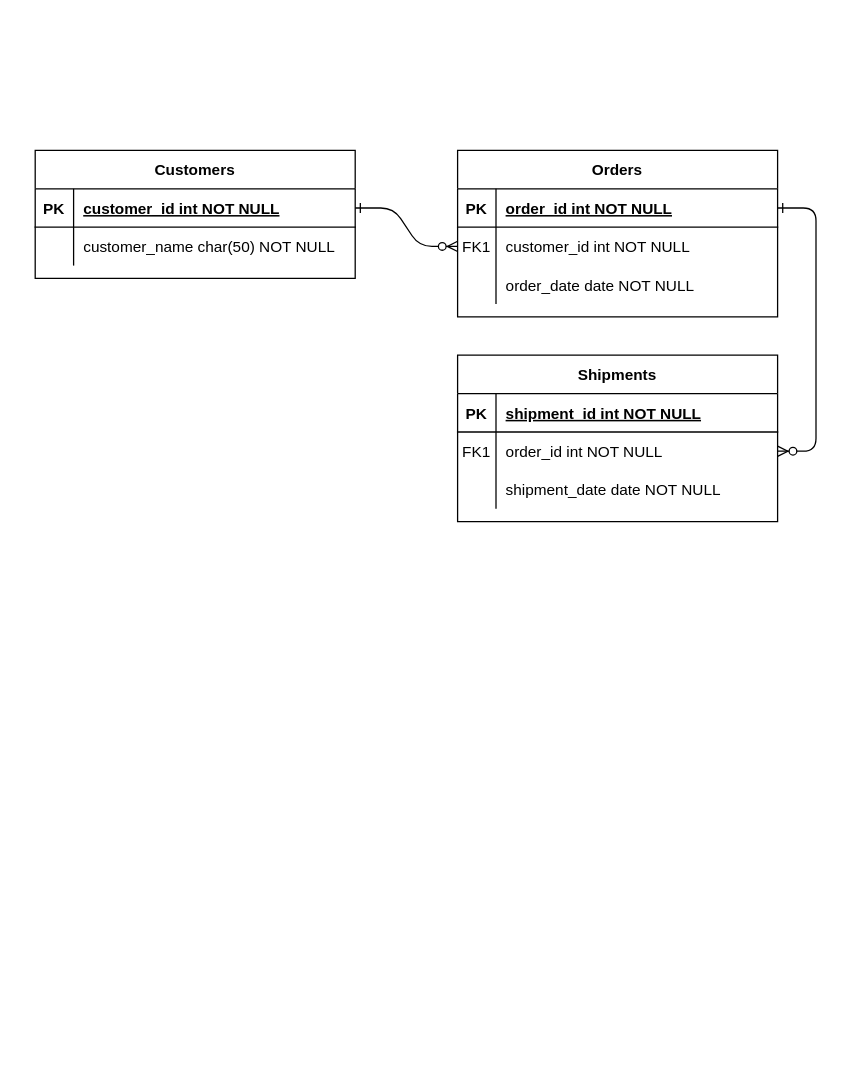
zzzyz7/drawio-storage keeps this draw.io diagram as Untitled Diagram.drawio. Above is the earlier version. Source tidied: cells renumbered, new cells numbered last; positions are measured from the earlier drawing's top-left corner, leaving out a move shared by most shapes. Both pictures are drawn from the tidied source at 128%, with x=0, y=0 at pixel (35, 150).
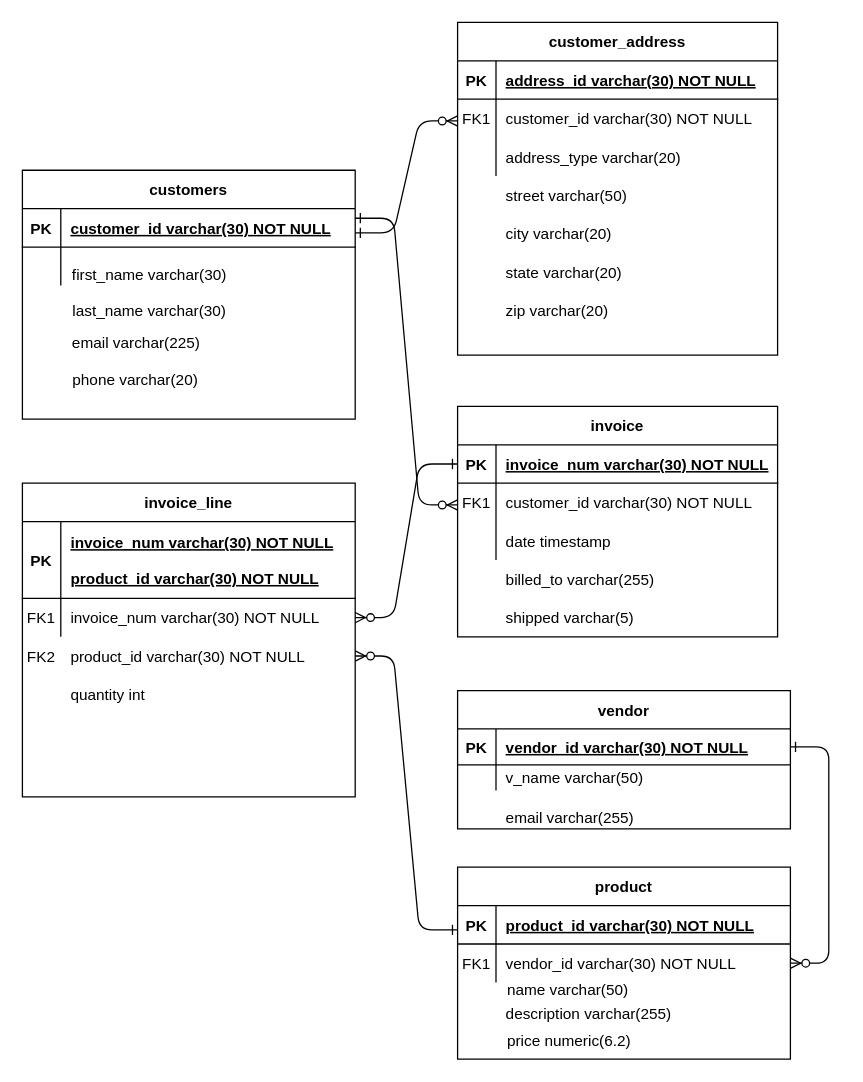
Above is the later version.

Unchanged cells that the change refers to:
```xml
<mxCell id="5" style="shape=partialRectangle;fillColor=none;points=[[0,0.5],[1,0.5]];portConstraint=eastwest;top=0;left=0;right=0;bottom=1;" parent="4" vertex="1">
  <mxGeometry y="30" width="250" height="30" as="geometry" />
</mxCell>
<mxCell id="8" style="shape=partialRectangle;fillColor=none;points=[[0,0.5],[1,0.5]];portConstraint=eastwest;top=0;left=0;right=0;bottom=0;" parent="4" vertex="1">
  <mxGeometry y="60" width="250" height="30" as="geometry" />
</mxCell>
<mxCell id="11" style="shape=partialRectangle;fillColor=none;top=0;left=0;right=0;bottom=0;" parent="4" vertex="1">
  <mxGeometry y="90" width="250" height="30" as="geometry" />
</mxCell>
<mxCell id="15" style="shape=partialRectangle;fillColor=none;points=[[0,0.5],[1,0.5]];portConstraint=eastwest;top=0;left=0;right=0;bottom=1;" parent="14" vertex="1">
  <mxGeometry y="30" width="250" height="30" as="geometry" />
</mxCell>
<mxCell id="18" style="shape=partialRectangle;fillColor=none;points=[[0,0.5],[1,0.5]];portConstraint=eastwest;top=0;left=0;right=0;bottom=0;" parent="14" vertex="1">
  <mxGeometry y="60" width="250" height="30" as="geometry" />
</mxCell>
<mxCell id="21" style="shape=partialRectangle;fillColor=none;top=0;left=0;right=0;bottom=0;" parent="14" vertex="1">
  <mxGeometry y="90" width="250" height="30" as="geometry" />
</mxCell>
```

The edit, as a diff of the source:
```diff
@@
-    <mxCell id="2" style="edgeStyle=entityRelationEdgeStyle;endArrow=ERzeroToMany;startArrow=ERone;endFill=1;startFill=0;" parent="1" edge="1" source="25" target="8">
-      <mxGeometry relative="1" as="geometry" />
+    <mxCell id="2" style="edgeStyle=entityRelationEdgeStyle;endArrow=ERzeroToMany;startArrow=ERone;endFill=1;startFill=0;" parent="1" edge="1">
+      <mxGeometry relative="1" as="geometry">
+        <mxPoint x="250" y="64.5" as="sourcePoint" />
+        <mxPoint x="330" y="-23" as="targetPoint" />
+      </mxGeometry>
     </mxCell>
-    <mxCell id="3" style="edgeStyle=entityRelationEdgeStyle;endArrow=ERzeroToMany;startArrow=ERone;endFill=1;startFill=0;" parent="1" edge="1" source="5" target="18">
-      <mxGeometry relative="1" as="geometry" />
+    <mxCell id="3" style="edgeStyle=entityRelationEdgeStyle;endArrow=ERzeroToMany;startArrow=ERone;endFill=1;startFill=0;" parent="1" edge="1">
+      <mxGeometry relative="1" as="geometry">
+        <mxPoint x="250" y="53" as="sourcePoint" />
+        <mxPoint x="330" y="277" as="targetPoint" />
+      </mxGeometry>
     </mxCell>
-    <mxCell id="4" value="Orders" style="shape=table;startSize=30;childLayout=tableLayout;rowLines=0;fontStyle=1;align=center;" parent="1" vertex="1">
-      <mxGeometry x="330" width="250" height="130" as="geometry" />
+    <mxCell id="4" value="customer_address" style="shape=table;startSize=30;childLayout=tableLayout;rowLines=0;fontStyle=1;align=center;" parent="1" vertex="1">
+      <mxGeometry x="330" y="-100" width="250" height="260" as="geometry" />
     </mxCell>
@@
-    <mxCell id="7" value="order_id int NOT NULL " style="shape=partialRectangle;overflow=hidden;fillColor=none;top=0;left=0;bottom=0;right=0;align=left;spacingLeft=6;fontStyle=5;" parent="5" vertex="1">
+    <mxCell id="7" value="address_id varchar(30) NOT NULL " style="shape=partialRectangle;overflow=hidden;fillColor=none;top=0;left=0;bottom=0;right=0;align=left;spacingLeft=6;fontStyle=5;" parent="5" vertex="1">
       <mxGeometry x="30" width="220" height="30" as="geometry" />
     </mxCell>
@@
-    <mxCell id="10" value="customer_id int NOT NULL" style="shape=partialRectangle;overflow=hidden;fillColor=none;top=0;left=0;bottom=0;right=0;align=left;spacingLeft=6;" parent="8" vertex="1">
+    <mxCell id="10" value="customer_id varchar(30) NOT NULL" style="shape=partialRectangle;overflow=hidden;fillColor=none;top=0;left=0;bottom=0;right=0;align=left;spacingLeft=6;" parent="8" vertex="1">
       <mxGeometry x="30" width="220" height="30" as="geometry" />
     </mxCell>
@@
-    <mxCell id="13" value="order_date date NOT NULL" style="shape=partialRectangle;overflow=hidden;fillColor=none;top=0;left=0;bottom=0;right=0;align=left;spacingLeft=6;" parent="11" vertex="1">
+    <mxCell id="13" value="address_type varchar(20) " style="shape=partialRectangle;overflow=hidden;fillColor=none;top=0;left=0;bottom=0;right=0;align=left;spacingLeft=6;" parent="11" vertex="1">
       <mxGeometry x="30" width="220" height="30" as="geometry" />
     </mxCell>
-    <mxCell id="14" value="Shipments" style="shape=table;startSize=30;childLayout=tableLayout;rowLines=0;fontStyle=1;align=center;" parent="1" vertex="1">
-      <mxGeometry x="330" y="160" width="250" height="130" as="geometry" />
+    <mxCell id="14" value="invoice" style="shape=table;startSize=30;childLayout=tableLayout;rowLines=0;fontStyle=1;align=center;" parent="1" vertex="1">
+      <mxGeometry x="330" y="200" width="250" height="180" as="geometry" />
     </mxCell>
@@
-    <mxCell id="17" value="shipment_id int NOT NULL " style="shape=partialRectangle;overflow=hidden;fillColor=none;top=0;left=0;bottom=0;right=0;align=left;spacingLeft=6;fontStyle=5;" parent="15" vertex="1">
+    <mxCell id="17" value="invoice_num varchar(30) NOT NULL " style="shape=partialRectangle;overflow=hidden;fillColor=none;top=0;left=0;bottom=0;right=0;align=left;spacingLeft=6;fontStyle=5;" parent="15" vertex="1">
       <mxGeometry x="30" width="220" height="30" as="geometry" />
     </mxCell>
@@
-    <mxCell id="20" value="order_id int NOT NULL" style="shape=partialRectangle;overflow=hidden;fillColor=none;top=0;left=0;bottom=0;right=0;align=left;spacingLeft=6;" parent="18" vertex="1">
+    <mxCell id="20" value="customer_id varchar(30) NOT NULL" style="shape=partialRectangle;overflow=hidden;fillColor=none;top=0;left=0;bottom=0;right=0;align=left;spacingLeft=6;" parent="18" vertex="1">
       <mxGeometry x="30" width="220" height="30" as="geometry" />
     </mxCell>
@@
-    <mxCell id="23" value="shipment_date date NOT NULL" style="shape=partialRectangle;overflow=hidden;fillColor=none;top=0;left=0;bottom=0;right=0;align=left;spacingLeft=6;" parent="21" vertex="1">
+    <mxCell id="23" value="date timestamp" style="shape=partialRectangle;overflow=hidden;fillColor=none;top=0;left=0;bottom=0;right=0;align=left;spacingLeft=6;" parent="21" vertex="1">
       <mxGeometry x="30" width="220" height="30" as="geometry" />
     </mxCell>
-    <mxCell id="24" value="Customers" style="shape=table;startSize=30;childLayout=tableLayout;rowLines=0;fontStyle=1;align=center;" parent="1" vertex="1">
-      <mxGeometry width="250" height="100" as="geometry" />
+    <mxCell id="24" value="customers" style="shape=table;startSize=30;childLayout=tableLayout;rowLines=0;fontStyle=1;align=center;" parent="1" vertex="1">
+      <mxGeometry x="-10" y="15.5" width="260" height="194.5" as="geometry" />
     </mxCell>
     <mxCell id="25" style="shape=partialRectangle;fillColor=none;points=[[0,0.5],[1,0.5]];portConstraint=eastwest;top=0;left=0;right=0;bottom=1;" parent="24" vertex="1">
-      <mxGeometry y="30" width="250" height="30" as="geometry" />
+      <mxGeometry y="30" width="260" height="30" as="geometry" />
     </mxCell>
@@
-    <mxCell id="27" value="customer_id int NOT NULL " style="shape=partialRectangle;overflow=hidden;fillColor=none;top=0;left=0;bottom=0;right=0;align=left;spacingLeft=6;fontStyle=5;" parent="25" vertex="1">
-      <mxGeometry x="30" width="220" height="30" as="geometry" />
+    <mxCell id="27" value="customer_id varchar(30) NOT NULL " style="shape=partialRectangle;overflow=hidden;fillColor=none;top=0;left=0;bottom=0;right=0;align=left;spacingLeft=6;fontStyle=5;" parent="25" vertex="1">
+      <mxGeometry x="30" width="230" height="30" as="geometry" />
     </mxCell>
     <mxCell id="28" style="shape=partialRectangle;fillColor=none;top=0;left=0;right=0;bottom=0;" parent="24" vertex="1">
-      <mxGeometry y="60" width="250" height="30" as="geometry" />
+      <mxGeometry y="60" width="260" height="30" as="geometry" />
     </mxCell>
@@
-    <mxCell id="30" value="customer_name char(50) NOT NULL" style="shape=partialRectangle;overflow=hidden;fillColor=none;top=0;left=0;bottom=0;right=0;align=left;spacingLeft=6;" parent="28" vertex="1">
-      <mxGeometry x="30" width="220" height="30" as="geometry" />
+    <mxCell id="30" style="shape=partialRectangle;overflow=hidden;fillColor=none;top=0;left=0;bottom=0;right=0;align=left;spacingLeft=6;" parent="28" vertex="1">
+      <mxGeometry x="30" width="230" height="30" as="geometry" />
     </mxCell>
+    <mxCell id="31" value="&amp;nbsp; &amp;nbsp;first_name varchar(30)" style="text;html=1;align=center;verticalAlign=middle;strokeColor=none;fillColor=none;" parent="1" vertex="1">
+      <mxGeometry x="9" y="87.5" width="150" height="20" as="geometry" />
+    </mxCell>
+    <mxCell id="32" value="last_name varchar(30)" style="text;html=1;align=center;verticalAlign=middle;strokeColor=none;fillColor=none;" parent="1" vertex="1">
+      <mxGeometry x="19" y="116" width="140" height="20" as="geometry" />
+    </mxCell>
+    <mxCell id="33" value="&amp;nbsp;email varchar(225)" style="text;html=1;align=center;verticalAlign=middle;strokeColor=none;fillColor=none;" parent="1" vertex="1">
+      <mxGeometry x="17" y="141" width="120" height="20" as="geometry" />
+    </mxCell>
+    <mxCell id="34" value="&amp;nbsp; &amp;nbsp;phone varchar(20)" style="text;html=1;align=center;verticalAlign=middle;strokeColor=none;fillColor=none;" parent="1" vertex="1">
+      <mxGeometry x="13" y="170" width="120" height="20" as="geometry" />
+    </mxCell>
+    <mxCell id="35" value="street varchar(50)" style="shape=partialRectangle;overflow=hidden;fillColor=none;top=0;left=0;bottom=0;right=0;align=left;spacingLeft=6;" parent="1" vertex="1">
+      <mxGeometry x="360" y="20" width="220" height="30" as="geometry" />
+    </mxCell>
+    <mxCell id="36" value="city varchar(20)" style="shape=partialRectangle;overflow=hidden;fillColor=none;top=0;left=0;bottom=0;right=0;align=left;spacingLeft=6;" parent="1" vertex="1">
+      <mxGeometry x="360" y="50" width="220" height="30" as="geometry" />
+    </mxCell>
+    <mxCell id="37" value="state varchar(20)" style="shape=partialRectangle;overflow=hidden;fillColor=none;top=0;left=0;bottom=0;right=0;align=left;spacingLeft=6;" parent="1" vertex="1">
+      <mxGeometry x="360" y="80" width="220" height="30" as="geometry" />
+    </mxCell>
+    <mxCell id="38" value="zip varchar(20)" style="shape=partialRectangle;overflow=hidden;fillColor=none;top=0;left=0;bottom=0;right=0;align=left;spacingLeft=6;" parent="1" vertex="1">
+      <mxGeometry x="360" y="110" width="220" height="30" as="geometry" />
+    </mxCell>
+    <mxCell id="39" style="shape=partialRectangle;overflow=hidden;fillColor=none;top=0;left=0;bottom=0;right=0;align=left;spacingLeft=6;" parent="1" vertex="1">
+      <mxGeometry x="360" y="140" width="220" height="30" as="geometry" />
+    </mxCell>
+    <mxCell id="40" value="invoice_line" style="shape=table;startSize=30;childLayout=tableLayout;rowLines=0;fontStyle=1;align=center;" parent="1" vertex="1">
+      <mxGeometry x="-10" y="260" width="260" height="245" as="geometry" />
+    </mxCell>
+    <mxCell id="41" style="shape=partialRectangle;fillColor=none;top=0;left=0;right=0;bottom=1;" parent="40" vertex="1">
+      <mxGeometry y="30" width="260" height="60" as="geometry" />
+    </mxCell>
+    <mxCell id="42" value="PK" style="shape=partialRectangle;overflow=hidden;fillColor=none;top=0;left=0;bottom=0;right=0;fontStyle=1;" parent="41" vertex="1">
+      <mxGeometry width="30" height="60" as="geometry" />
+    </mxCell>
+    <mxCell id="43" value="invoice_num varchar(30) NOT NULL&#10;&#10;product_id varchar(30) NOT NULL" style="shape=partialRectangle;overflow=hidden;fillColor=none;top=0;left=0;bottom=0;right=0;align=left;spacingLeft=6;fontStyle=5;" parent="41" vertex="1">
+      <mxGeometry x="30" width="230" height="60" as="geometry" />
+    </mxCell>
+    <mxCell id="44" style="shape=partialRectangle;fillColor=none;points=[[0,0.5],[1,0.5]];portConstraint=eastwest;top=0;left=0;right=0;bottom=0;" parent="40" vertex="1">
+      <mxGeometry y="90" width="260" height="30" as="geometry" />
+    </mxCell>
+    <mxCell id="45" style="shape=partialRectangle;overflow=hidden;fillColor=none;top=0;left=0;bottom=0;right=0;" parent="44" vertex="1">
+      <mxGeometry width="30" height="30" as="geometry" />
+    </mxCell>
+    <mxCell id="46" value="invoice_num varchar(30) NOT NULL" style="shape=partialRectangle;overflow=hidden;fillColor=none;top=0;left=0;bottom=0;right=0;align=left;spacingLeft=6;" parent="44" vertex="1">
+      <mxGeometry x="30" width="230" height="30" as="geometry" />
+    </mxCell>
+    <mxCell id="47" value="FK1" style="shape=partialRectangle;overflow=hidden;fillColor=none;top=0;left=0;bottom=0;right=0;" parent="1" vertex="1">
+      <mxGeometry x="-10" y="350" width="30" height="30" as="geometry" />
+    </mxCell>
+    <mxCell id="48" value="FK2" style="shape=partialRectangle;overflow=hidden;fillColor=none;top=0;left=0;bottom=0;right=0;" parent="1" vertex="1">
+      <mxGeometry x="-10" y="380" width="30" height="30" as="geometry" />
+    </mxCell>
+    <mxCell id="49" value="product_id varchar(30) NOT NULL" style="shape=partialRectangle;overflow=hidden;fillColor=none;top=0;left=0;bottom=0;right=0;align=left;spacingLeft=6;" parent="1" vertex="1">
+      <mxGeometry x="20" y="380" width="230" height="30" as="geometry" />
+    </mxCell>
+    <mxCell id="50" value="quantity int" style="shape=partialRectangle;overflow=hidden;fillColor=none;top=0;left=0;bottom=0;right=0;align=left;spacingLeft=6;" parent="1" vertex="1">
+      <mxGeometry x="20" y="410" width="230" height="30" as="geometry" />
+    </mxCell>
+    <mxCell id="51" value="product" style="shape=table;startSize=30;childLayout=tableLayout;rowLines=0;fontStyle=1;align=center;" parent="1" vertex="1">
+      <mxGeometry x="330" y="560" width="260" height="150" as="geometry" />
+    </mxCell>
+    <mxCell id="52" style="shape=partialRectangle;fillColor=none;top=0;left=0;right=0;bottom=1;" parent="51" vertex="1">
+      <mxGeometry y="30" width="260" height="30" as="geometry" />
+    </mxCell>
+    <mxCell id="53" value="PK" style="shape=partialRectangle;overflow=hidden;fillColor=none;top=0;left=0;bottom=0;right=0;fontStyle=1;" parent="52" vertex="1">
+      <mxGeometry width="30" height="30" as="geometry" />
+    </mxCell>
+    <mxCell id="54" value="product_id varchar(30) NOT NULL" style="shape=partialRectangle;overflow=hidden;fillColor=none;top=0;left=0;bottom=0;right=0;align=left;spacingLeft=6;fontStyle=5;" parent="52" vertex="1">
+      <mxGeometry x="30" width="230" height="30" as="geometry" />
+    </mxCell>
+    <mxCell id="55" style="shape=partialRectangle;fillColor=none;points=[[0,0.5],[1,0.5]];portConstraint=eastwest;top=0;left=0;right=0;bottom=0;" parent="51" vertex="1">
+      <mxGeometry y="60" width="260" height="30" as="geometry" />
+    </mxCell>
+    <mxCell id="56" style="shape=partialRectangle;overflow=hidden;fillColor=none;top=0;left=0;bottom=0;right=0;" parent="55" vertex="1">
+      <mxGeometry width="30" height="30" as="geometry" />
+    </mxCell>
+    <mxCell id="57" value="vendor_id varchar(30) NOT NULL" style="shape=partialRectangle;overflow=hidden;fillColor=none;top=0;left=0;bottom=0;right=0;align=left;spacingLeft=6;" parent="55" vertex="1">
+      <mxGeometry x="30" width="230" height="30" as="geometry" />
+    </mxCell>
+    <mxCell id="58" value="vendor" style="shape=table;startSize=30;childLayout=tableLayout;rowLines=0;fontStyle=1;align=center;" parent="1" vertex="1">
+      <mxGeometry x="330" y="422" width="260" height="108" as="geometry" />
+    </mxCell>
+    <mxCell id="59" style="shape=partialRectangle;fillColor=none;points=[[0,0.5],[1,0.5]];portConstraint=eastwest;top=0;left=0;right=0;bottom=1;" parent="58" vertex="1">
+      <mxGeometry y="30" width="260" height="28" as="geometry" />
+    </mxCell>
+    <mxCell id="60" value="PK" style="shape=partialRectangle;overflow=hidden;fillColor=none;top=0;left=0;bottom=0;right=0;fontStyle=1;" parent="59" vertex="1">
+      <mxGeometry width="30" height="28" as="geometry" />
+    </mxCell>
+    <mxCell id="61" value="vendor_id varchar(30) NOT NULL" style="shape=partialRectangle;overflow=hidden;fillColor=none;top=0;left=0;bottom=0;right=0;align=left;spacingLeft=6;fontStyle=5;" parent="59" vertex="1">
+      <mxGeometry x="30" width="230" height="28" as="geometry" />
+    </mxCell>
+    <mxCell id="62" style="shape=partialRectangle;fillColor=none;top=0;left=0;right=0;bottom=0;" parent="58" vertex="1">
+      <mxGeometry y="58" width="260" height="20" as="geometry" />
+    </mxCell>
+    <mxCell id="63" style="shape=partialRectangle;overflow=hidden;fillColor=none;top=0;left=0;bottom=0;right=0;" parent="62" vertex="1">
+      <mxGeometry width="30" height="20" as="geometry" />
+    </mxCell>
+    <mxCell id="64" value="v_name varchar(50)" style="shape=partialRectangle;overflow=hidden;fillColor=none;top=0;left=0;bottom=0;right=0;align=left;spacingLeft=6;" parent="62" vertex="1">
+      <mxGeometry x="30" width="230" height="20" as="geometry" />
+    </mxCell>
+    <mxCell id="65" value="email varchar(255)" style="shape=partialRectangle;overflow=hidden;fillColor=none;top=0;left=0;bottom=0;right=0;align=left;spacingLeft=6;" parent="1" vertex="1">
+      <mxGeometry x="360" y="511" width="230" height="20" as="geometry" />
+    </mxCell>
+    <mxCell id="66" value="billed_to varchar(255)" style="shape=partialRectangle;overflow=hidden;fillColor=none;top=0;left=0;bottom=0;right=0;align=left;spacingLeft=6;" parent="1" vertex="1">
+      <mxGeometry x="360" y="320" width="220" height="30" as="geometry" />
+    </mxCell>
+    <mxCell id="67" value="shipped varchar(5)" style="shape=partialRectangle;overflow=hidden;fillColor=none;top=0;left=0;bottom=0;right=0;align=left;spacingLeft=6;" parent="1" vertex="1">
+      <mxGeometry x="360" y="350" width="220" height="30" as="geometry" />
+    </mxCell>
+    <mxCell id="68" style="edgeStyle=entityRelationEdgeStyle;endArrow=ERone;startArrow=ERzeroToMany;endFill=0;startFill=1;exitX=1;exitY=0.5;exitDx=0;exitDy=0;entryX=0;entryY=0.5;entryDx=0;entryDy=0;" parent="1" edge="1" source="44" target="15">
+      <mxGeometry relative="1" as="geometry" />
+    </mxCell>
+    <mxCell id="69" value="FK1" style="shape=partialRectangle;overflow=hidden;fillColor=none;top=0;left=0;bottom=0;right=0;" parent="1" vertex="1">
+      <mxGeometry x="330" y="620" width="30" height="30" as="geometry" />
+    </mxCell>
+    <mxCell id="70" value="name varchar(50)" style="shape=partialRectangle;overflow=hidden;fillColor=none;top=0;left=0;bottom=0;right=0;align=left;spacingLeft=6;" parent="1" vertex="1">
+      <mxGeometry x="361" y="640" width="230" height="30" as="geometry" />
+    </mxCell>
+    <mxCell id="71" value="description varchar(255)" style="shape=partialRectangle;overflow=hidden;fillColor=none;top=0;left=0;bottom=0;right=0;align=left;spacingLeft=6;" parent="1" vertex="1">
+      <mxGeometry x="360" y="659" width="230" height="30" as="geometry" />
+    </mxCell>
+    <mxCell id="72" value="price numeric(6.2)" style="shape=partialRectangle;overflow=hidden;fillColor=none;top=0;left=0;bottom=0;right=0;align=left;spacingLeft=6;" parent="1" vertex="1">
+      <mxGeometry x="361" y="680" width="230" height="30" as="geometry" />
+    </mxCell>
+    <mxCell id="73" style="edgeStyle=entityRelationEdgeStyle;endArrow=ERone;startArrow=ERzeroToMany;endFill=0;startFill=1;" parent="1" edge="1">
+      <mxGeometry relative="1" as="geometry">
+        <mxPoint x="250" y="395" as="sourcePoint" />
+        <mxPoint x="330" y="609" as="targetPoint" />
+      </mxGeometry>
+    </mxCell>
+    <mxCell id="74" style="edgeStyle=entityRelationEdgeStyle;endArrow=ERone;startArrow=ERzeroToMany;endFill=0;startFill=1;exitX=1;exitY=0.5;exitDx=0;exitDy=0;sketch=0;entryX=1;entryY=0.5;entryDx=0;entryDy=0;" parent="1" edge="1" source="55" target="59">
+      <mxGeometry relative="1" as="geometry" />
+    </mxCell>
```
